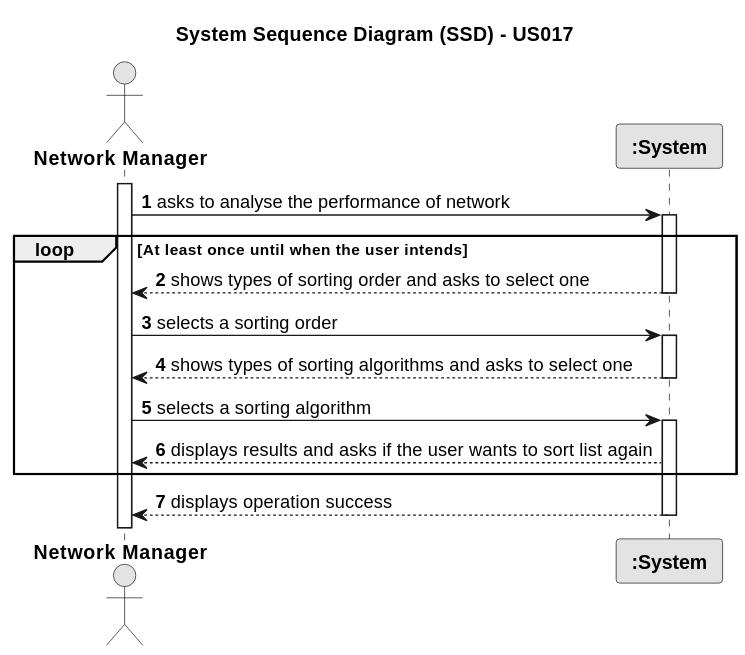
The PlantUML diagram docs/sprintD/us017/01.requirements-engineering/svg/us017-system-sequence-diagram.svg in rita-barbosa/LAPR2-2223, before a commit. Source of this version:
```plantuml
@startuml
skinparam monochrome true
skinparam packageStyle rectangle
skinparam shadowing false

title System Sequence Diagram (SSD) - US017

autonumber

actor "<b> Network Manager </b>" as NWM
participant "<b> :System </b>" as System

activate NWM

    NWM -> System : asks to analyse the performance of network
        activate System

    loop At least once until when the user intends

    System --> NWM : shows types of sorting order and asks to select one
        deactivate System

    NWM -> System : selects a sorting order
        activate System

    System --> NWM : shows types of sorting algorithms and asks to select one
        deactivate System

    NWM -> System : selects a sorting algorithm
    activate System

    System --> NWM : displays results and asks if the user wants to sort list again
    end loop

    System --> NWM : displays operation success
    deactivate System
@enduml
```
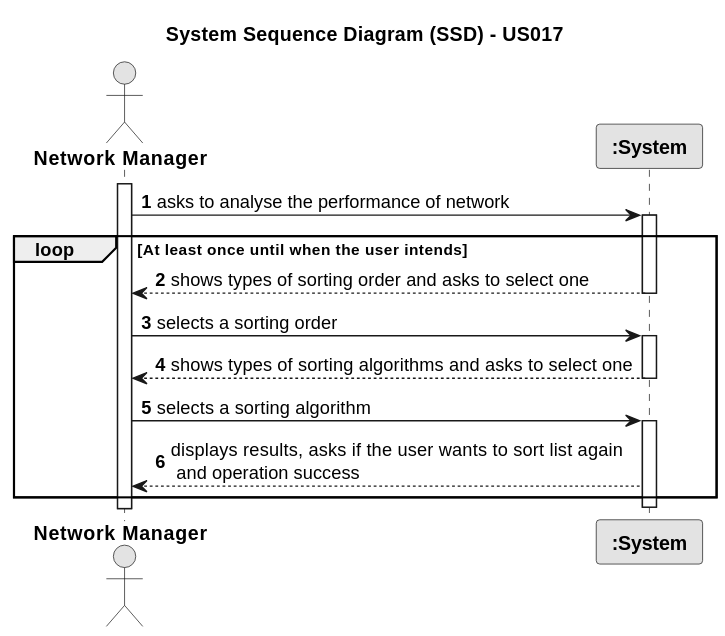
The same file after the commit.

What changed in the source:
```diff
@@ -29,9 +29,7 @@
     NWM -> System : selects a sorting algorithm
     activate System
 
-    System --> NWM : displays results and asks if the user wants to sort list again
+    System --> NWM : displays results, asks if the user wants to sort list again\n and operation success
     end loop
-
-    System --> NWM : displays operation success
     deactivate System
 @enduml
```
